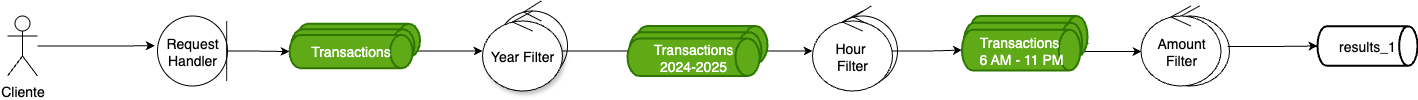
This is source/consulta1.png from fiuba-distribuidos-2C2025/informe, a draw.io export, as it was before one commit. Source tidied: cells renumbered, new cells last; positions are measured from the earlier drawing's top-left corner, leaving out a move shared by most shapes.
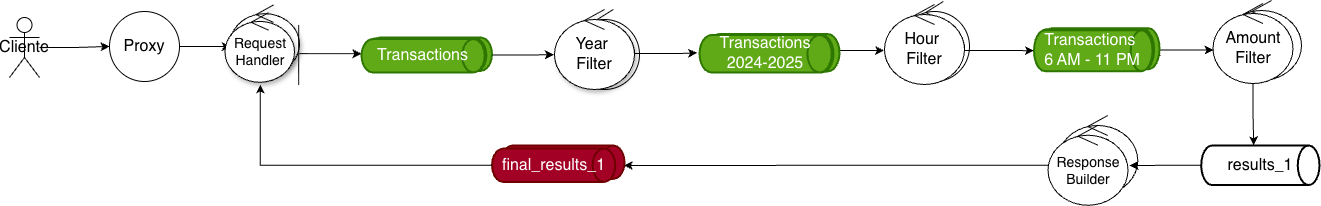
Later version of the same file.

Diff of the diagram source:
```diff
@@ -2,112 +2,158 @@
   <root>
     <mxCell id="0" />
     <mxCell id="1" parent="0" />
-    <mxCell id="2" style="whiteSpace=wrap;html=1;shape=umlControl;perimeter=ellipsePerimeter;fontSize=14;" parent="1" vertex="1">
-      <mxGeometry x="1142" y="4.5" width="80" height="80" as="geometry" />
+    <mxCell id="2" style="strokeWidth=2;shape=mxgraph.flowchart.direct_data;fillColor=light-dark(#A20125,#A20125);fontColor=#ffffff;strokeColor=light-dark(#6f0000, #A20125);fontSize=16;whiteSpace=wrap;labelPosition=center;verticalLabelPosition=middle;align=center;verticalAlign=middle;fontFamily=Helvetica;convertToSvg=0;" parent="1" vertex="1">
+      <mxGeometry x="681.8" y="125" width="123.2" height="33.4" as="geometry" />
     </mxCell>
-    <mxCell id="3" style="ellipse;shape=umlControl;whiteSpace=wrap;html=1;fontSize=14;" parent="1" vertex="1">
-      <mxGeometry x="820" y="4.5" width="70" height="80" as="geometry" />
+    <mxCell id="3" style="shape=umlControl;perimeter=ellipsePerimeter;fontSize=14;whiteSpace=wrap;labelPosition=center;verticalLabelPosition=middle;align=center;verticalAlign=middle;fontFamily=Helvetica;convertToSvg=0;" parent="1" vertex="1">
+      <mxGeometry x="1238.2" y="95" width="80" height="80" as="geometry" />
     </mxCell>
-    <mxCell id="4" style="ellipse;shape=umlControl;whiteSpace=wrap;html=1;fontSize=14;" parent="1" vertex="1">
-      <mxGeometry x="490" y="-0.5" width="70" height="80" as="geometry" />
+    <mxCell id="4" style="shadow=1;shape=umlControl;perimeter=ellipsePerimeter;fontSize=16;whiteSpace=wrap;labelPosition=center;verticalLabelPosition=middle;align=center;verticalAlign=middle;fontFamily=Helvetica;convertToSvg=0;" parent="1" vertex="1">
+      <mxGeometry x="410.5" y="-15.5" width="69.5" height="69.5" as="geometry" />
     </mxCell>
-    <mxCell id="5" value="Request&lt;div&gt;Handler&lt;/div&gt;" style="ellipse;whiteSpace=wrap;html=1;fontSize=14;" parent="1" vertex="1">
-      <mxGeometry x="150" y="14.5" width="70" height="70" as="geometry" />
+    <mxCell id="5" style="shape=umlControl;perimeter=ellipsePerimeter;fontSize=16;whiteSpace=wrap;labelPosition=center;verticalLabelPosition=middle;align=center;verticalAlign=middle;fontFamily=Helvetica;convertToSvg=0;" parent="1" vertex="1">
+      <mxGeometry x="1402" y="-20" width="80" height="80" as="geometry" />
     </mxCell>
-    <mxCell id="6" style="endArrow=classic;html=1;rounded=0;exitX=1;exitY=0.5;exitDx=0;exitDy=0;entryX=0;entryY=0.5;entryDx=0;entryDy=0;entryPerimeter=0;edgeStyle=orthogonalEdgeStyle;fontSize=14;" parent="1" edge="1" source="5" target="24">
-      <mxGeometry relative="1" as="geometry" />
+    <mxCell id="6" style="ellipse;shape=umlControl;fontSize=16;whiteSpace=wrap;labelPosition=center;verticalLabelPosition=middle;align=center;verticalAlign=middle;fontFamily=Helvetica;convertToSvg=0;" parent="1" vertex="1">
+      <mxGeometry x="1080" y="-19" width="70" height="80" as="geometry" />
     </mxCell>
-    <mxCell id="7" style="endArrow=classic;html=1;rounded=0;edgeStyle=orthogonalEdgeStyle;entryX=0;entryY=0.5;entryDx=0;entryDy=0;exitX=1;exitY=0.5;exitDx=0;exitDy=0;exitPerimeter=0;fontSize=14;" parent="1" edge="1" target="8">
-      <mxGeometry relative="1" as="geometry">
-        <mxPoint x="403.5" y="49.5" as="sourcePoint" />
-      </mxGeometry>
+    <mxCell id="7" style="ellipse;shape=umlControl;fontSize=16;whiteSpace=wrap;labelPosition=center;verticalLabelPosition=middle;align=center;verticalAlign=middle;fontFamily=Helvetica;convertToSvg=0;" parent="1" vertex="1">
+      <mxGeometry x="750" y="-11" width="70" height="80" as="geometry" />
     </mxCell>
-    <mxCell id="8" value="Year Filter" style="whiteSpace=wrap;html=1;shadow=1;shape=umlControl;perimeter=ellipsePerimeter;fontSize=14;" parent="1" vertex="1">
-      <mxGeometry x="475" y="9.5" width="80" height="80" as="geometry" />
+    <mxCell id="8" style="endArrow=classic;rounded=0;exitX=1;exitY=0.5;exitDx=0;exitDy=0;entryX=-0.001;entryY=0.437;entryDx=0;entryDy=0;entryPerimeter=0;edgeStyle=orthogonalEdgeStyle;fontSize=16;labelPosition=center;verticalLabelPosition=middle;align=center;verticalAlign=middle;fontFamily=Helvetica;convertToSvg=0;" parent="1" edge="1" target="26">
+      <mxGeometry relative="1" as="geometry">
+        <mxPoint x="480" y="33.1" as="sourcePoint" />
+      </mxGeometry>
     </mxCell>
-    <mxCell id="9" style="edgeStyle=orthogonalEdgeStyle;rounded=0;jettySize=auto;html=1;exitX=1;exitY=0.5;exitDx=0;exitDy=0;entryX=0;entryY=0.5;entryDx=0;entryDy=0;entryPerimeter=0;fontSize=14;" parent="1" edge="1" source="8">
+    <mxCell id="9" style="endArrow=classic;rounded=0;edgeStyle=orthogonalEdgeStyle;entryX=-0.008;entryY=0.566;entryDx=0;entryDy=0;exitX=1;exitY=0.5;exitDx=0;exitDy=0;exitPerimeter=0;fontSize=16;labelPosition=center;verticalLabelPosition=middle;align=center;verticalAlign=middle;fontFamily=Helvetica;convertToSvg=0;entryPerimeter=0;" parent="1" edge="1" target="10">
       <mxGeometry relative="1" as="geometry">
-        <mxPoint x="650" y="49.5" as="targetPoint" />
+        <mxPoint x="663.5" y="34.5" as="sourcePoint" />
       </mxGeometry>
     </mxCell>
-    <mxCell id="10" style="edgeStyle=orthogonalEdgeStyle;rounded=0;jettySize=auto;html=1;fontSize=14;" parent="1" edge="1" target="15">
-      <mxGeometry relative="1" as="geometry">
-        <mxPoint x="760" y="49.5" as="sourcePoint" />
-      </mxGeometry>
+    <mxCell id="10" value="Year &#10;Filter" style="shadow=1;shape=umlControl;perimeter=ellipsePerimeter;fontSize=16;whiteSpace=wrap;labelPosition=center;verticalLabelPosition=middle;align=center;verticalAlign=middle;fontFamily=Helvetica;convertToSvg=0;" parent="1" vertex="1">
+      <mxGeometry x="735" y="-11" width="80" height="80" as="geometry" />
     </mxCell>
-    <mxCell id="11" value="Amount&lt;div&gt;Filter&lt;/div&gt;" style="whiteSpace=wrap;html=1;shape=umlControl;perimeter=ellipsePerimeter;fontSize=14;" parent="1" vertex="1">
-      <mxGeometry x="1133.5" y="4.5" width="80" height="80" as="geometry" />
+    <mxCell id="11" style="edgeStyle=orthogonalEdgeStyle;rounded=0;jettySize=auto;exitX=1;exitY=0.5;exitDx=0;exitDy=0;entryX=-0.018;entryY=0.477;entryDx=0;entryDy=0;entryPerimeter=0;fontSize=16;labelPosition=center;verticalLabelPosition=middle;align=center;verticalAlign=middle;fontFamily=Helvetica;convertToSvg=0;" parent="1" edge="1" source="10" target="30">
+      <mxGeometry relative="1" as="geometry">
+        <Array as="points">
+          <mxPoint x="815" y="33" />
+          <mxPoint x="860" y="33" />
+        </Array>
+      </mxGeometry>
     </mxCell>
-    <mxCell id="12" style="endArrow=classic;html=1;rounded=0;entryX=0.027;entryY=0.581;entryDx=0;entryDy=0;exitX=1.009;exitY=0.668;exitDx=0;exitDy=0;exitPerimeter=0;edgeStyle=orthogonalEdgeStyle;entryPerimeter=0;fontSize=14;" parent="1" edge="1" source="18" target="11">
+    <mxCell id="12" style="edgeStyle=orthogonalEdgeStyle;rounded=0;jettySize=auto;fontSize=16;labelPosition=center;verticalLabelPosition=middle;align=center;verticalAlign=middle;fontFamily=Helvetica;convertToSvg=0;entryX=-0.006;entryY=0.575;entryDx=0;entryDy=0;entryPerimeter=0;" parent="1" edge="1" target="17">
       <mxGeometry relative="1" as="geometry">
-        <Array as="points">
-          <mxPoint x="1072" y="50" />
-          <mxPoint x="1134" y="50" />
-          <mxPoint x="1134" y="51" />
-        </Array>
+        <mxPoint x="1020" y="30" as="sourcePoint" />
       </mxGeometry>
     </mxCell>
-    <mxCell id="13" style="endArrow=classic;html=1;rounded=0;entryX=0;entryY=0.5;entryDx=0;entryDy=0;entryPerimeter=0;edgeStyle=orthogonalEdgeStyle;fontSize=14;" parent="1" edge="1" target="14">
-      <mxGeometry relative="1" as="geometry">
-        <mxPoint x="1220" y="45" as="sourcePoint" />
-      </mxGeometry>
+    <mxCell id="13" value="Amount&#10;Filter" style="shape=umlControl;perimeter=ellipsePerimeter;fontSize=16;whiteSpace=wrap;labelPosition=center;verticalLabelPosition=middle;align=center;verticalAlign=middle;fontFamily=Helvetica;convertToSvg=0;" parent="1" vertex="1">
+      <mxGeometry x="1393.5" y="-17" width="80" height="80" as="geometry" />
     </mxCell>
-    <mxCell id="14" value="results_1" style="strokeWidth=2;html=1;shape=mxgraph.flowchart.direct_data;whiteSpace=wrap;fontSize=14;" parent="1" vertex="1">
-      <mxGeometry x="1310" y="24.8" width="100" height="39.5" as="geometry" />
+    <mxCell id="14" style="endArrow=classic;rounded=0;entryX=0.027;entryY=0.581;entryDx=0;entryDy=0;exitX=1.009;exitY=0.668;exitDx=0;exitDy=0;exitPerimeter=0;edgeStyle=orthogonalEdgeStyle;entryPerimeter=0;fontSize=16;labelPosition=center;verticalLabelPosition=middle;align=center;verticalAlign=middle;fontFamily=Helvetica;convertToSvg=0;" parent="1" edge="1" source="20" target="13">
+      <mxGeometry relative="1" as="geometry">
+        <Array as="points">
+          <mxPoint x="1332" y="29.6" />
+          <mxPoint x="1394" y="29.6" />
+          <mxPoint x="1394" y="28.6" />
+        </Array>
+      </mxGeometry>
     </mxCell>
-    <mxCell id="15" value="Hour&amp;nbsp;&lt;div&gt;Filter&lt;/div&gt;" style="whiteSpace=wrap;html=1;shape=umlControl;perimeter=ellipsePerimeter;fontSize=14;" parent="1" vertex="1">
-      <mxGeometry x="805" y="9.5" width="80" height="80" as="geometry" />
+    <mxCell id="15" style="edgeStyle=orthogonalEdgeStyle;rounded=0;jettySize=auto;labelPosition=center;verticalLabelPosition=middle;align=center;verticalAlign=middle;fontFamily=Helvetica;convertToSvg=0;" parent="1" edge="1" source="16">
+      <mxGeometry relative="1" as="geometry">
+        <mxPoint x="1310" y="145" as="targetPoint" />
+        <Array as="points">
+          <mxPoint x="1345" y="145" />
+          <mxPoint x="1310" y="145" />
+        </Array>
+      </mxGeometry>
     </mxCell>
-    <mxCell id="16" style="endArrow=classic;html=1;rounded=0;entryX=0;entryY=0.5;entryDx=0;entryDy=0;exitX=1;exitY=0.5;exitDx=0;exitDy=0;exitPerimeter=0;edgeStyle=orthogonalEdgeStyle;fontSize=14;" parent="1" edge="1" source="15" target="20">
-      <mxGeometry relative="1" as="geometry" />
+    <mxCell id="16" value="results_1" style="strokeWidth=2;shape=mxgraph.flowchart.direct_data;fontSize=16;whiteSpace=wrap;labelPosition=center;verticalLabelPosition=middle;align=center;verticalAlign=middle;fontFamily=Helvetica;convertToSvg=0;" parent="1" vertex="1">
+      <mxGeometry x="1381.7" y="125" width="118.3" height="39.5" as="geometry" />
     </mxCell>
-    <mxCell id="17" style="group;fontSize=14;" parent="1" vertex="1">
-      <mxGeometry x="954.5" y="14.5" width="125.5" height="54.5" as="geometry" />
+    <mxCell id="17" value="Hour &#10;Filter" style="shape=umlControl;perimeter=ellipsePerimeter;fontSize=16;whiteSpace=wrap;labelPosition=center;verticalLabelPosition=middle;align=center;verticalAlign=middle;fontFamily=Helvetica;convertToSvg=0;" parent="1" vertex="1">
+      <mxGeometry x="1065" y="-16" width="80" height="80" as="geometry" />
     </mxCell>
-    <mxCell id="18" style="strokeWidth=2;html=1;shape=mxgraph.flowchart.direct_data;whiteSpace=wrap;fillColor=#60a917;fontColor=#ffffff;strokeColor=#2D7600;fontSize=14;" parent="17" vertex="1">
-      <mxGeometry x="7" width="118.5" height="40.9" as="geometry" />
+    <mxCell id="18" style="endArrow=classic;rounded=0;entryX=0;entryY=0.5;entryDx=0;entryDy=0;exitX=1;exitY=0.5;exitDx=0;exitDy=0;exitPerimeter=0;edgeStyle=orthogonalEdgeStyle;fontSize=16;labelPosition=center;verticalLabelPosition=middle;align=center;verticalAlign=middle;fontFamily=Helvetica;convertToSvg=0;" parent="1" edge="1" source="17" target="22">
+      <mxGeometry relative="1" as="geometry">
+        <Array as="points">
+          <mxPoint x="1145" y="30" />
+          <mxPoint x="1180" y="30" />
+        </Array>
+      </mxGeometry>
     </mxCell>
-    <mxCell id="19" style="strokeWidth=2;html=1;shape=mxgraph.flowchart.direct_data;whiteSpace=wrap;fillColor=#60a917;fontColor=#ffffff;strokeColor=#2D7600;fontSize=14;" parent="17" vertex="1">
-      <mxGeometry x="1.6" y="6.8" width="118.5" height="40.9" as="geometry" />
+    <mxCell id="19" style="group;fontSize=16;whiteSpace=wrap;labelPosition=center;verticalLabelPosition=middle;align=center;verticalAlign=middle;fontFamily=Helvetica;convertToSvg=0;" parent="1" vertex="1">
+      <mxGeometry x="1214.5" y="1" width="125.5" height="54.5" as="geometry" />
     </mxCell>
-    <mxCell id="20" value="Transactions&amp;nbsp;&lt;div&gt;6 AM - 11 PM&lt;/div&gt;" style="strokeWidth=2;html=1;shape=mxgraph.flowchart.direct_data;whiteSpace=wrap;fillColor=#60a917;fontColor=#ffffff;strokeColor=#2D7600;fontSize=14;" parent="17" vertex="1">
-      <mxGeometry y="13.6" width="118.5" height="40.9" as="geometry" />
+    <mxCell id="20" style="strokeWidth=2;shape=mxgraph.flowchart.direct_data;fillColor=#60a917;fontColor=#ffffff;strokeColor=#2D7600;fontSize=16;whiteSpace=wrap;labelPosition=center;verticalLabelPosition=middle;align=center;verticalAlign=middle;fontFamily=Helvetica;convertToSvg=0;" parent="19" vertex="1">
+      <mxGeometry x="7" y="6.8" width="118.5" height="40.9" as="geometry" />
     </mxCell>
-    <mxCell id="21" style="group;fontSize=14;" parent="1" vertex="1">
-      <mxGeometry x="282" y="22.2" width="130.5" height="44.5" as="geometry" />
+    <mxCell id="21" style="strokeWidth=2;shape=mxgraph.flowchart.direct_data;fillColor=#60a917;fontColor=#ffffff;strokeColor=#2D7600;fontSize=16;whiteSpace=wrap;labelPosition=center;verticalLabelPosition=middle;align=center;verticalAlign=middle;fontFamily=Helvetica;convertToSvg=0;" parent="19" vertex="1">
+      <mxGeometry x="1.6" y="7.8" width="118.5" height="40.9" as="geometry" />
     </mxCell>
-    <mxCell id="22" style="strokeWidth=2;html=1;shape=mxgraph.flowchart.direct_data;whiteSpace=wrap;fillColor=#60a917;fontColor=#ffffff;strokeColor=#2D7600;fontSize=14;" parent="21" vertex="1">
-      <mxGeometry x="7.3" width="123.2" height="33.4" as="geometry" />
+    <mxCell id="22" value="Transactions &#10;6 AM - 11 PM" style="strokeWidth=2;shape=mxgraph.flowchart.direct_data;fillColor=#60a917;fontColor=#ffffff;strokeColor=#2D7600;fontSize=16;whiteSpace=wrap;labelPosition=center;verticalLabelPosition=middle;align=center;verticalAlign=middle;fontFamily=Helvetica;convertToSvg=0;" parent="19" vertex="1">
+      <mxGeometry y="8.8" width="118.5" height="40.9" as="geometry" />
     </mxCell>
-    <mxCell id="23" style="strokeWidth=2;html=1;shape=mxgraph.flowchart.direct_data;whiteSpace=wrap;fillColor=#60a917;fontColor=#ffffff;strokeColor=#2D7600;fontSize=14;" parent="21" vertex="1">
-      <mxGeometry x="1.7" y="5.6" width="123.2" height="33.4" as="geometry" />
+    <mxCell id="23" style="group;fontSize=16;whiteSpace=wrap;labelPosition=center;verticalLabelPosition=middle;align=center;verticalAlign=middle;fontFamily=Helvetica;convertToSvg=0;" parent="1" vertex="1">
+      <mxGeometry x="542" y="13" width="130.5" height="44.5" as="geometry" />
     </mxCell>
-    <mxCell id="24" value="Transactions" style="strokeWidth=2;html=1;shape=mxgraph.flowchart.direct_data;whiteSpace=wrap;fillColor=#60a917;fontColor=#ffffff;strokeColor=#2D7600;fontSize=14;" parent="21" vertex="1">
-      <mxGeometry y="11.1" width="123.2" height="33.4" as="geometry" />
+    <mxCell id="24" style="strokeWidth=2;shape=mxgraph.flowchart.direct_data;fillColor=#60a917;fontColor=#ffffff;strokeColor=#2D7600;fontSize=16;whiteSpace=wrap;labelPosition=center;verticalLabelPosition=middle;align=center;verticalAlign=middle;fontFamily=Helvetica;convertToSvg=0;" parent="23" vertex="1">
+      <mxGeometry x="7.3" y="4" width="123.2" height="33.4" as="geometry" />
     </mxCell>
-    <mxCell id="25" style="group;fontSize=14;" parent="1" vertex="1">
-      <mxGeometry x="620" y="24.5" width="140" height="50" as="geometry" />
+    <mxCell id="25" style="strokeWidth=2;shape=mxgraph.flowchart.direct_data;fillColor=#60a917;fontColor=#ffffff;strokeColor=#2D7600;fontSize=16;whiteSpace=wrap;labelPosition=center;verticalLabelPosition=middle;align=center;verticalAlign=middle;fontFamily=Helvetica;convertToSvg=0;" parent="23" vertex="1">
+      <mxGeometry x="1.7" y="5" width="123.2" height="33.4" as="geometry" />
     </mxCell>
-    <mxCell id="26" style="strokeWidth=2;html=1;shape=mxgraph.flowchart.direct_data;whiteSpace=wrap;fillColor=#60a917;fontColor=#ffffff;strokeColor=#2D7600;fontSize=14;" parent="25" vertex="1">
-      <mxGeometry x="7.8" width="132.2" height="37.5" as="geometry" />
+    <mxCell id="26" value="Transactions" style="strokeWidth=2;shape=mxgraph.flowchart.direct_data;fillColor=#60a917;fontColor=#ffffff;strokeColor=#2D7600;fontSize=16;whiteSpace=wrap;labelPosition=center;verticalLabelPosition=middle;align=center;verticalAlign=middle;fontFamily=Helvetica;convertToSvg=0;" parent="23" vertex="1">
+      <mxGeometry y="5.6" width="123.2" height="33.4" as="geometry" />
     </mxCell>
-    <mxCell id="27" style="strokeWidth=2;html=1;shape=mxgraph.flowchart.direct_data;whiteSpace=wrap;fillColor=#60a917;fontColor=#ffffff;strokeColor=#2D7600;fontSize=14;" parent="25" vertex="1">
-      <mxGeometry x="1.8" y="6.2" width="132.2" height="37.5" as="geometry" />
+    <mxCell id="27" style="group;fontSize=16;whiteSpace=wrap;labelPosition=center;verticalLabelPosition=middle;align=center;verticalAlign=middle;fontFamily=Helvetica;convertToSvg=0;" parent="1" vertex="1">
+      <mxGeometry x="880" y="4" width="140" height="50" as="geometry" />
     </mxCell>
-    <mxCell id="28" value="Transactions&lt;div&gt;2024-2025&lt;/div&gt;" style="strokeWidth=2;html=1;shape=mxgraph.flowchart.direct_data;whiteSpace=wrap;fillColor=#60a917;fontColor=#ffffff;strokeColor=#2D7600;fontSize=14;" parent="25" vertex="1">
-      <mxGeometry y="12.5" width="132.2" height="37.5" as="geometry" />
+    <mxCell id="28" style="strokeWidth=2;shape=mxgraph.flowchart.direct_data;fillColor=#60a917;fontColor=#ffffff;strokeColor=#2D7600;fontSize=16;whiteSpace=wrap;labelPosition=center;verticalLabelPosition=middle;align=center;verticalAlign=middle;fontFamily=Helvetica;convertToSvg=0;" parent="27" vertex="1">
+      <mxGeometry x="7.8" y="9.5" width="132.2" height="37.5" as="geometry" />
     </mxCell>
-    <mxCell id="29" value="Cliente" style="shape=umlActor;verticalLabelPosition=bottom;verticalAlign=top;html=1;outlineConnect=0;fontSize=14;" parent="1" vertex="1">
-      <mxGeometry y="14.5" width="30" height="60" as="geometry" />
+    <mxCell id="29" style="strokeWidth=2;shape=mxgraph.flowchart.direct_data;fillColor=#60a917;fontColor=#ffffff;strokeColor=#2D7600;fontSize=16;whiteSpace=wrap;labelPosition=center;verticalLabelPosition=middle;align=center;verticalAlign=middle;fontFamily=Helvetica;convertToSvg=0;" parent="27" vertex="1">
+      <mxGeometry x="1.8" y="10.5" width="132.2" height="37.5" as="geometry" />
     </mxCell>
-    <mxCell id="30" style="edgeStyle=orthogonalEdgeStyle;rounded=0;jettySize=auto;html=1;entryX=-0.038;entryY=0.425;entryDx=0;entryDy=0;entryPerimeter=0;" parent="1" edge="1" source="29" target="5">
-      <mxGeometry relative="1" as="geometry" />
+    <mxCell id="30" value="Transactions&#10;2024-2025" style="strokeWidth=2;shape=mxgraph.flowchart.direct_data;fillColor=#60a917;fontColor=#ffffff;strokeColor=#2D7600;fontSize=16;whiteSpace=wrap;labelPosition=center;verticalLabelPosition=middle;align=center;verticalAlign=middle;fontFamily=Helvetica;convertToSvg=0;" parent="27" vertex="1">
+      <mxGeometry y="10.5" width="132.2" height="37.5" as="geometry" />
     </mxCell>
-    <mxCell id="31" style="endArrow=none;html=1;rounded=0;fontSize=14;" parent="1" edge="1">
-      <mxGeometry relative="1" as="geometry">
-        <mxPoint x="219.2" y="79.5" as="sourcePoint" />
-        <mxPoint x="219.2" y="19.5" as="targetPoint" />
-      </mxGeometry>
+    <mxCell id="31" value="Cliente" style="shape=umlActor;verticalLabelPosition=middle;verticalAlign=middle;outlineConnect=0;fontSize=16;whiteSpace=wrap;labelPosition=center;align=center;fontFamily=Helvetica;convertToSvg=0;" parent="1" vertex="1">
+      <mxGeometry x="190" y="-3" width="30" height="60" as="geometry" />
     </mxCell>
+    <mxCell id="32" style="edgeStyle=orthogonalEdgeStyle;rounded=0;jettySize=auto;entryX=0;entryY=0.5;entryDx=0;entryDy=0;fontSize=16;labelPosition=center;verticalLabelPosition=middle;align=center;verticalAlign=middle;fontFamily=Helvetica;convertToSvg=0;" parent="1" edge="1" source="31" target="34">
+      <mxGeometry relative="1" as="geometry" />
+    </mxCell>
+    <mxCell id="33" style="endArrow=none;rounded=0;fontSize=16;labelPosition=center;verticalLabelPosition=middle;align=center;verticalAlign=middle;fontFamily=Helvetica;convertToSvg=0;" parent="1" edge="1">
+      <mxGeometry relative="1" as="geometry">
+        <mxPoint x="479.2" y="64.5" as="sourcePoint" />
+        <mxPoint x="479.2" y="4.5" as="targetPoint" />
+      </mxGeometry>
+    </mxCell>
+    <mxCell id="34" value="Proxy" style="ellipse;fontSize=16;whiteSpace=wrap;labelPosition=center;verticalLabelPosition=middle;align=center;verticalAlign=middle;fontFamily=Helvetica;convertToSvg=0;" parent="1" vertex="1">
+      <mxGeometry x="290" y="-9" width="70" height="70" as="geometry" />
+    </mxCell>
+    <mxCell id="35" style="edgeStyle=orthogonalEdgeStyle;rounded=0;jettySize=auto;entryX=0.016;entryY=0.415;entryDx=0;entryDy=0;entryPerimeter=0;fontSize=16;labelPosition=center;verticalLabelPosition=middle;align=center;verticalAlign=middle;fontFamily=Helvetica;convertToSvg=0;" parent="1" edge="1" source="34">
+      <mxGeometry relative="1" as="geometry">
+        <mxPoint x="411.1" y="26.1" as="targetPoint" />
+      </mxGeometry>
+    </mxCell>
+    <mxCell id="36" value="Request&#10;Handler" style="shadow=1;shape=umlControl;perimeter=ellipsePerimeter;fontSize=14;whiteSpace=wrap;labelPosition=center;verticalLabelPosition=middle;align=center;verticalAlign=middle;fontFamily=Helvetica;convertToSvg=0;" parent="1" vertex="1">
+      <mxGeometry x="405.5" y="-7.8" width="69.5" height="69.5" as="geometry" />
+    </mxCell>
+    <mxCell id="37" style="edgeStyle=orthogonalEdgeStyle;rounded=0;jettySize=auto;html=1;entryX=0.995;entryY=0.599;entryDx=0;entryDy=0;entryPerimeter=0;" parent="1" edge="1" source="38" target="2">
+      <mxGeometry relative="1" as="geometry" />
+    </mxCell>
+    <mxCell id="38" value="Response&#10;Builder" style="shape=umlControl;perimeter=ellipsePerimeter;fontSize=14;whiteSpace=wrap;labelPosition=center;verticalLabelPosition=middle;align=center;verticalAlign=middle;fontFamily=Helvetica;convertToSvg=0;" parent="1" vertex="1">
+      <mxGeometry x="1228.5" y="104.8" width="80" height="80" as="geometry" />
+    </mxCell>
+    <mxCell id="39" style="edgeStyle=orthogonalEdgeStyle;rounded=0;jettySize=auto;html=1;entryX=0.444;entryY=-0.005;entryDx=0;entryDy=0;entryPerimeter=0;" parent="1" edge="1" source="13" target="16">
+      <mxGeometry relative="1" as="geometry" />
+    </mxCell>
+    <mxCell id="40" value="final_results_1" style="strokeWidth=2;shape=mxgraph.flowchart.direct_data;fillColor=light-dark(#A20125,#A20125);fontColor=#ffffff;strokeColor=light-dark(#6f0000, #A20125);fontSize=16;whiteSpace=wrap;labelPosition=center;verticalLabelPosition=middle;align=center;verticalAlign=middle;fontFamily=Helvetica;convertToSvg=0;" parent="1" vertex="1">
+      <mxGeometry x="672.5" y="128.1" width="123.2" height="33.4" as="geometry" />
+    </mxCell>
+    <mxCell id="41" style="edgeStyle=orthogonalEdgeStyle;rounded=0;jettySize=auto;html=1;entryX=0.509;entryY=1.031;entryDx=0;entryDy=0;entryPerimeter=0;" parent="1" edge="1" source="40" target="36">
+      <mxGeometry relative="1" as="geometry" />
+    </mxCell>
   </root>
 </mxGraphModel>
```
